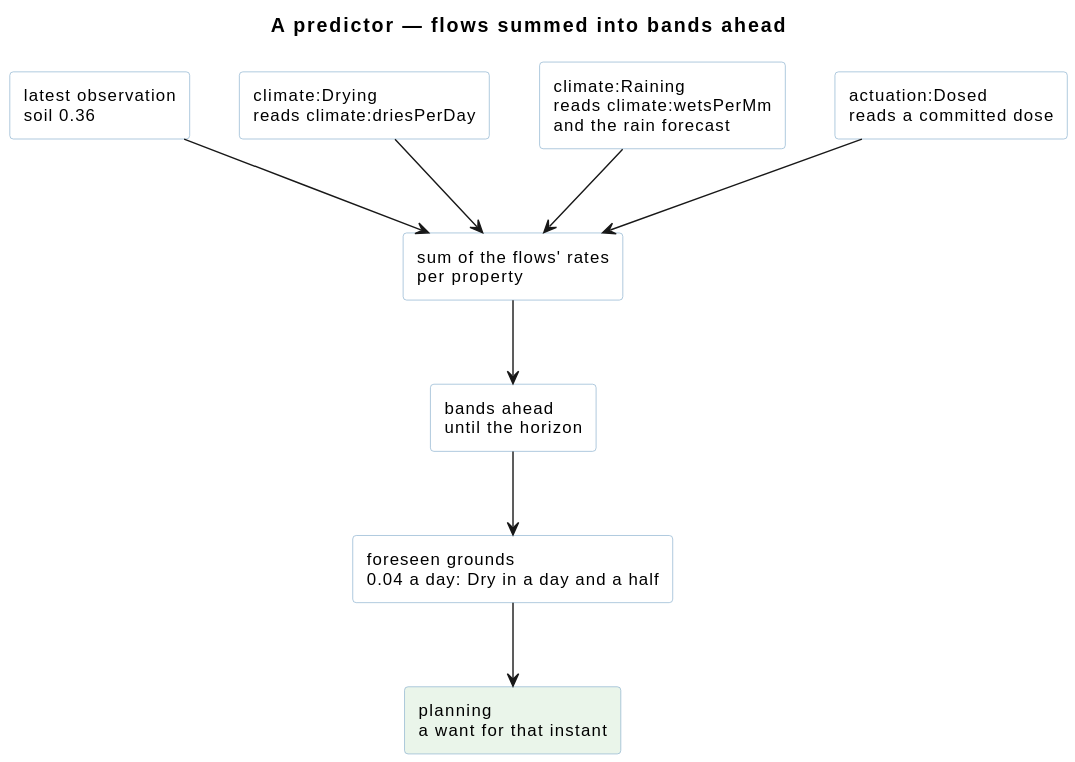
Above: knowledge/diagrams/runbook-predictor-flows.svg in ShishkinDmitriy/orexis (PlantUML), before the change.
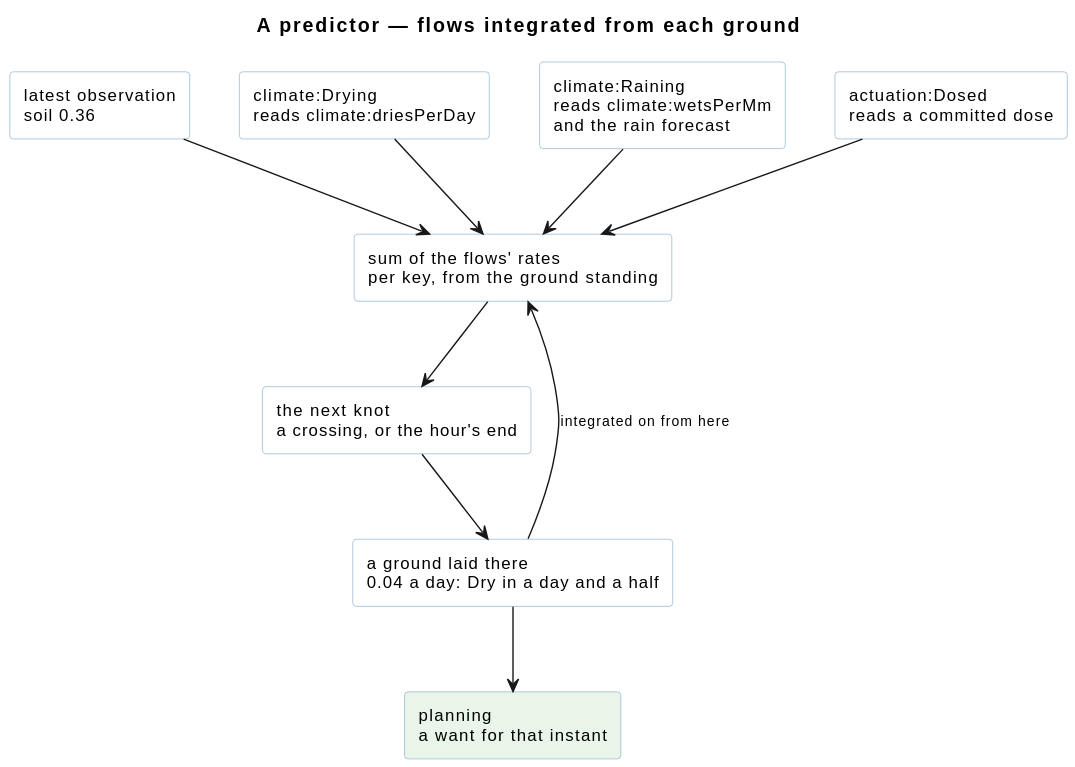
The same file after the commit.

Diff of the diagram source:
```diff
@@ -1,5 +1,5 @@
 @startuml
-title A predictor — flows summed into bands ahead
+title A predictor — flows integrated from each ground
 
 skinparam shadowing false
 skinparam defaultFontSize 12
@@ -18,9 +18,9 @@
 rectangle "climate:Drying\nreads climate:driesPerDay" as D1
 rectangle "climate:Raining\nreads climate:wetsPerMm\nand the rain forecast" as D2
 rectangle "actuation:Dosed\nreads a committed dose" as D3
-rectangle "sum of the flows' rates\nper property" as SUM
-rectangle "bands ahead\nuntil the horizon" as BANDS
-rectangle "foreseen grounds\n0.04 a day: Dry in a day and a half" as G
+rectangle "sum of the flows' rates\nper key, from the ground standing" as SUM
+rectangle "the next knot\na crossing, or the hour's end" as BANDS
+rectangle "a ground laid there\n0.04 a day: Dry in a day and a half" as G
 rectangle "planning\na want for that instant" as P #EAF5EA
 
 OBS --> SUM
@@ -29,5 +29,6 @@
 D3 --> SUM
 SUM --> BANDS
 BANDS --> G
+G --> SUM : integrated on from here
 G --> P
 @enduml
```
